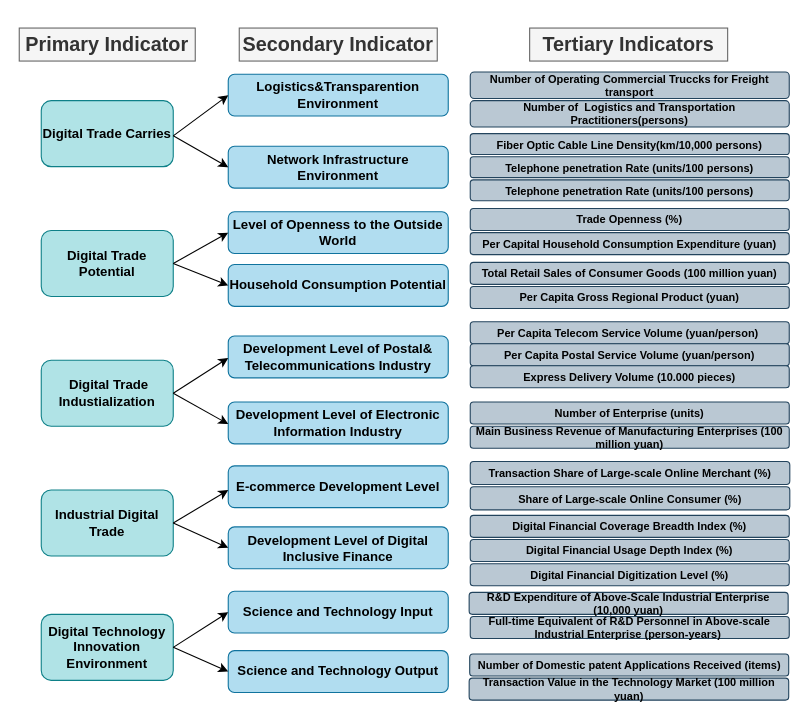
Before: page "Page-2" (2 of 2) of 毕业论文技术路线English version.drawio in libinhui1106/libinhui1106, a draw.io diagram. Source tidied: cells renumbered, new cells numbered last; positions are measured from the earlier drawing's top-left corner, leaving out a move shared by most shapes. Both pictures are drawn from the tidied source at 110%, with x=0, y=0 at pixel (19, 28).
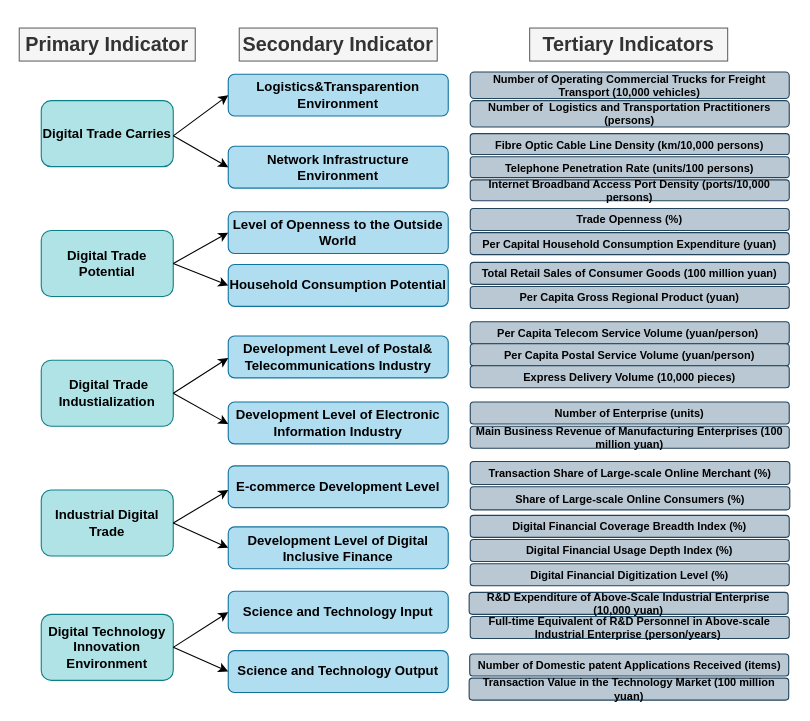
The same page after the edit.

Commit message (it also covers changes not shown here):
Update 毕业论文技术路线English version.drawio

The edit, as a diff of the source:
```diff
@@
-    <mxCell id="20" value="Number of Operating Commercial Truccks for Freight transport" style="rounded=1;whiteSpace=wrap;html=1;fillColor=#bac8d3;strokeColor=#23445d;fontSize=10;fontStyle=1;fontFamily=Helvetica;" parent="1" vertex="1">
+    <mxCell id="20" value="Number of Operating Commercial Trucks for Freight Transport (10,000 vehicles)" style="rounded=1;whiteSpace=wrap;html=1;fillColor=#bac8d3;strokeColor=#23445d;fontSize=10;fontStyle=1;fontFamily=Helvetica;" parent="1" vertex="1">
       <mxGeometry x="410" y="40" width="290" height="24" as="geometry" />
     </mxCell>
-    <mxCell id="21" value="Fiber Optic Cable Line Density(km/10,000 persons)" style="rounded=1;whiteSpace=wrap;html=1;fillColor=#bac8d3;strokeColor=#23445d;fontSize=10;fontStyle=1;fontFamily=Helvetica;" parent="1" vertex="1">
+    <mxCell id="21" value="Fibre Optic Cable Line Density (km/10,000 persons)" style="rounded=1;whiteSpace=wrap;html=1;fillColor=#bac8d3;strokeColor=#23445d;fontSize=10;fontStyle=1;fontFamily=Helvetica;" parent="1" vertex="1">
       <mxGeometry x="410" y="96" width="290" height="19" as="geometry" />
     </mxCell>
-    <mxCell id="22" value="Number of&amp;nbsp; Logistics and Transportation Practitioners(persons)" style="rounded=1;whiteSpace=wrap;html=1;fillColor=#bac8d3;strokeColor=#23445d;fontSize=10;fontStyle=1;fontFamily=Helvetica;" parent="1" vertex="1">
+    <mxCell id="22" value="Number of&amp;nbsp; Logistics and Transportation Practitioners (persons)" style="rounded=1;whiteSpace=wrap;html=1;fillColor=#bac8d3;strokeColor=#23445d;fontSize=10;fontStyle=1;fontFamily=Helvetica;" parent="1" vertex="1">
       <mxGeometry x="410" y="66" width="290" height="24" as="geometry" />
     </mxCell>
-    <mxCell id="23" value="Telephone penetration Rate (units/100 persons)" style="rounded=1;whiteSpace=wrap;html=1;fillColor=#bac8d3;strokeColor=#23445d;fontSize=10;fontStyle=1;fontFamily=Helvetica;" parent="1" vertex="1">
+    <mxCell id="23" value="Telephone Penetration Rate (units/100 persons)" style="rounded=1;whiteSpace=wrap;html=1;fillColor=#bac8d3;strokeColor=#23445d;fontSize=10;fontStyle=1;fontFamily=Helvetica;" parent="1" vertex="1">
       <mxGeometry x="410" y="117" width="290" height="19" as="geometry" />
     </mxCell>
-    <mxCell id="24" value="Telephone penetration Rate (units/100 persons)" style="rounded=1;whiteSpace=wrap;html=1;fillColor=#bac8d3;strokeColor=#23445d;fontSize=10;fontStyle=1;fontFamily=Helvetica;" parent="1" vertex="1">
+    <mxCell id="24" value="Internet Broadband Access Port Density (ports/10,000 persons)" style="rounded=1;whiteSpace=wrap;html=1;fillColor=#bac8d3;strokeColor=#23445d;fontSize=10;fontStyle=1;fontFamily=Helvetica;" parent="1" vertex="1">
       <mxGeometry x="410" y="138" width="290" height="19" as="geometry" />
     </mxCell>
@@
-    <mxCell id="31" value="Express Delivery Volume (10.000 pieces)" style="rounded=1;whiteSpace=wrap;html=1;fillColor=#bac8d3;strokeColor=#23445d;fontSize=10;fontStyle=1;fontFamily=Helvetica;" parent="1" vertex="1">
+    <mxCell id="31" value="Express Delivery Volume (10,000 pieces)" style="rounded=1;whiteSpace=wrap;html=1;fillColor=#bac8d3;strokeColor=#23445d;fontSize=10;fontStyle=1;fontFamily=Helvetica;" parent="1" vertex="1">
       <mxGeometry x="410" y="307" width="290" height="20" as="geometry" />
     </mxCell>
@@
-    <mxCell id="36" value="Full-time Equivalent of R&amp;amp;D Personnel in Above-scale Industrial Enterprise (person-years)&amp;nbsp;" style="rounded=1;whiteSpace=wrap;html=1;fillColor=#bac8d3;strokeColor=#23445d;fontSize=10;fontStyle=1;fontFamily=Helvetica;" parent="1" vertex="1">
+    <mxCell id="36" value="Full-time Equivalent of R&amp;amp;D Personnel in Above-scale Industrial Enterprise (person/years)&amp;nbsp;" style="rounded=1;whiteSpace=wrap;html=1;fillColor=#bac8d3;strokeColor=#23445d;fontSize=10;fontStyle=1;fontFamily=Helvetica;" parent="1" vertex="1">
       <mxGeometry x="410" y="535" width="290" height="20" as="geometry" />
     </mxCell>
@@
-    <mxCell id="42" value="Share of Large-scale Online Consumer (%)" style="rounded=1;whiteSpace=wrap;html=1;fillColor=#bac8d3;strokeColor=#23445d;fontSize=10;fontStyle=1;fontFamily=Helvetica;" parent="1" vertex="1">
+    <mxCell id="42" value="Share of Large-scale Online Consumers (%)" style="rounded=1;whiteSpace=wrap;html=1;fillColor=#bac8d3;strokeColor=#23445d;fontSize=10;fontStyle=1;fontFamily=Helvetica;" parent="1" vertex="1">
       <mxGeometry x="410" y="417" width="290.5" height="21" as="geometry" />
     </mxCell>
```
